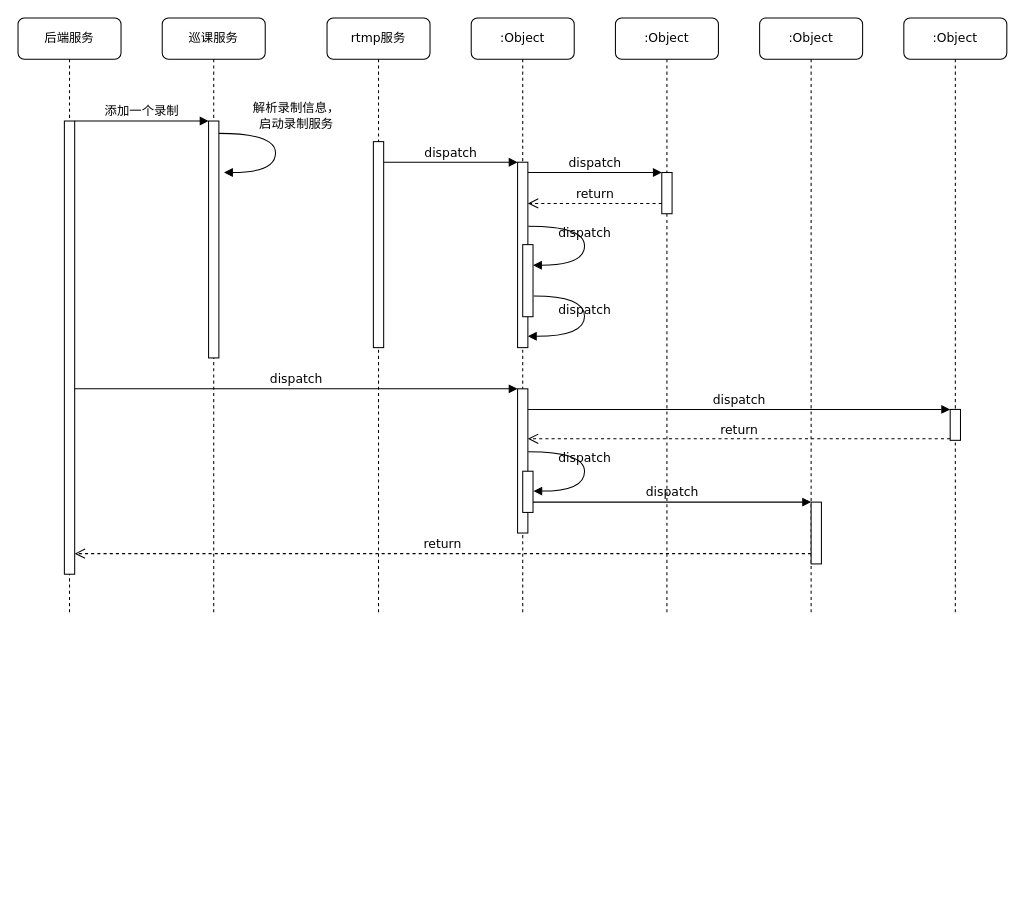
Earlier version of the draw.io diagram 录制信息更新操作.drawio (huangPeiLc/drawio). Source tidied: cells renumbered, new cells numbered last; positions are measured from the earlier drawing's top-left corner, leaving out a move shared by most shapes. Both pictures are drawn from the tidied source at 103%, with x=0, y=0 at pixel (18, 18).
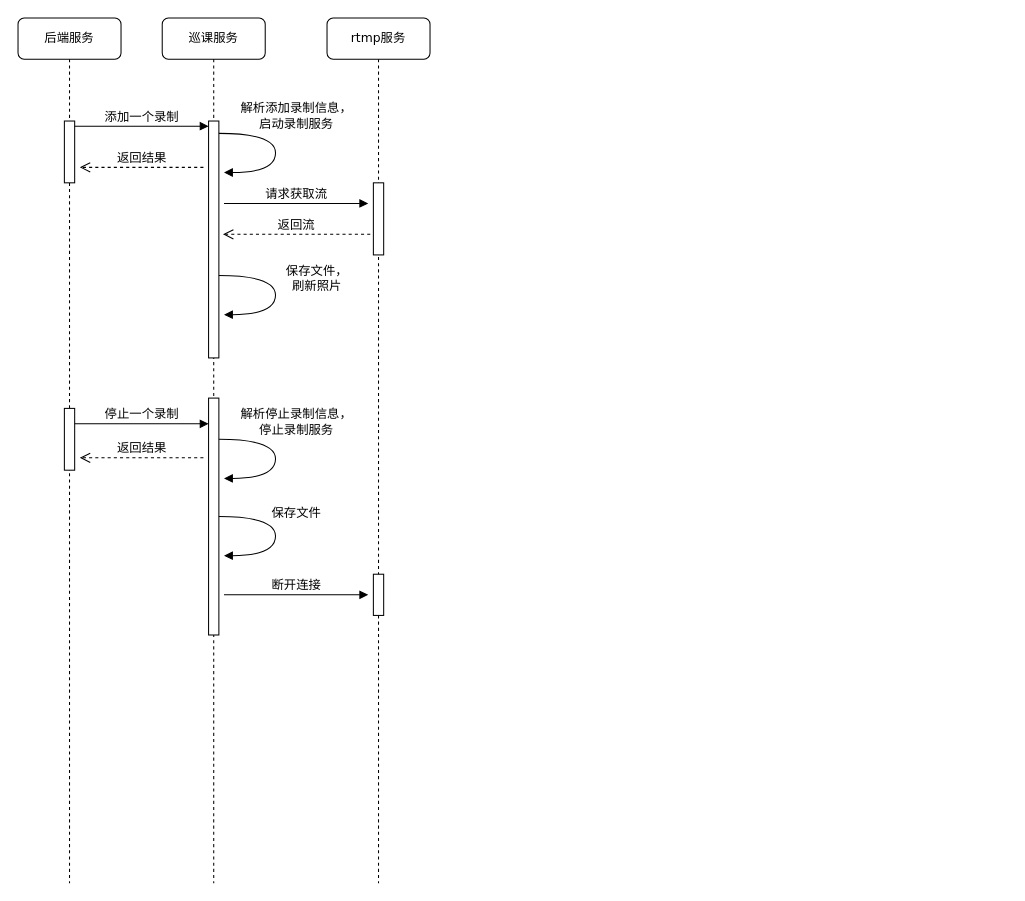
The same diagram, later.

Commit message (it also covers changes not shown here):
Update 录制信息更新操作.drawio

The change refers to these unchanged cells:
```xml
<mxCell id="3" style="html=1;points=[];perimeter=orthogonalPerimeter;rounded=0;shadow=0;comic=0;labelBackgroundColor=none;strokeColor=#000000;strokeWidth=1;fillColor=#FFFFFF;fontFamily=Verdana;fontSize=12;fontColor=#000000;align=center;" parent="2" vertex="1">
  <mxGeometry x="45" y="100" width="10" height="230" as="geometry" />
</mxCell>
```

Diff of the diagram source:
```diff
@@
     <mxCell id="2" value="巡课服务" style="shape=umlLifeline;perimeter=lifelinePerimeter;whiteSpace=wrap;html=1;rounded=1;shadow=0;comic=0;labelBackgroundColor=none;strokeColor=#000000;strokeWidth=1;fillColor=#FFFFFF;fontFamily=Verdana;fontSize=12;fontColor=#000000;align=center;" parent="1" vertex="1">
-      <mxGeometry x="140" width="100" height="580" as="geometry" />
+      <mxGeometry x="140" width="100" height="840" as="geometry" />
     </mxCell>
@@
+    <mxCell id="32" style="html=1;perimeter=orthogonalPerimeter;rounded=0;shadow=0;comic=0;labelBackgroundColor=none;strokeColor=#000000;strokeWidth=1;fillColor=#FFFFFF;fontFamily=Verdana;fontSize=12;fontColor=#000000;align=center;" parent="2" vertex="1">
+      <mxGeometry x="45" y="369" width="10" height="230" as="geometry" />
+    </mxCell>
     <mxCell id="4" value="rtmp服务" style="shape=umlLifeline;perimeter=lifelinePerimeter;whiteSpace=wrap;html=1;rounded=1;shadow=0;comic=0;labelBackgroundColor=none;strokeColor=#000000;strokeWidth=1;fillColor=#FFFFFF;fontFamily=Verdana;fontSize=12;fontColor=#000000;align=center;" parent="1" vertex="1">
-      <mxGeometry x="300" width="100" height="580" as="geometry" />
+      <mxGeometry x="300" width="100" height="840" as="geometry" />
     </mxCell>
     <mxCell id="5" style="html=1;points=[];perimeter=orthogonalPerimeter;rounded=0;shadow=0;comic=0;labelBackgroundColor=none;strokeColor=#000000;strokeWidth=1;fillColor=#FFFFFF;fontFamily=Verdana;fontSize=12;fontColor=#000000;align=center;" parent="4" vertex="1">
-      <mxGeometry x="45" y="120" width="10" height="200" as="geometry" />
+      <mxGeometry x="45" y="160" width="10" height="70" as="geometry" />
     </mxCell>
-    <mxCell id="6" value=":Object" style="shape=umlLifeline;perimeter=lifelinePerimeter;whiteSpace=wrap;html=1;rounded=1;shadow=0;comic=0;labelBackgroundColor=none;strokeColor=#000000;strokeWidth=1;fillColor=#FFFFFF;fontFamily=Verdana;fontSize=12;fontColor=#000000;align=center;" parent="1" vertex="1">
-      <mxGeometry x="440" width="100" height="580" as="geometry" />
-    </mxCell>
-    <mxCell id="7" value=":Object" style="shape=umlLifeline;perimeter=lifelinePerimeter;whiteSpace=wrap;html=1;rounded=1;shadow=0;comic=0;labelBackgroundColor=none;strokeColor=#000000;strokeWidth=1;fillColor=#FFFFFF;fontFamily=Verdana;fontSize=12;fontColor=#000000;align=center;" parent="1" vertex="1">
-      <mxGeometry x="580" width="100" height="580" as="geometry" />
-    </mxCell>
-    <mxCell id="8" value=":Object" style="shape=umlLifeline;perimeter=lifelinePerimeter;whiteSpace=wrap;html=1;rounded=1;shadow=0;comic=0;labelBackgroundColor=none;strokeColor=#000000;strokeWidth=1;fillColor=#FFFFFF;fontFamily=Verdana;fontSize=12;fontColor=#000000;align=center;" parent="1" vertex="1">
-      <mxGeometry x="720" width="100" height="580" as="geometry" />
-    </mxCell>
-    <mxCell id="9" value=":Object" style="shape=umlLifeline;perimeter=lifelinePerimeter;whiteSpace=wrap;html=1;rounded=1;shadow=0;comic=0;labelBackgroundColor=none;strokeColor=#000000;strokeWidth=1;fillColor=#FFFFFF;fontFamily=Verdana;fontSize=12;fontColor=#000000;align=center;" parent="1" vertex="1">
-      <mxGeometry x="860" width="100" height="580" as="geometry" />
-    </mxCell>
+    <mxCell id="33" style="html=1;perimeter=orthogonalPerimeter;rounded=0;shadow=0;comic=0;labelBackgroundColor=none;strokeColor=#000000;strokeWidth=1;fillColor=#FFFFFF;fontFamily=Verdana;fontSize=12;fontColor=#000000;align=center;" parent="4" vertex="1">
+      <mxGeometry x="45" y="540" width="10" height="40" as="geometry" />
+    </mxCell>
     <mxCell id="10" value="后端服务" style="shape=umlLifeline;perimeter=lifelinePerimeter;whiteSpace=wrap;html=1;rounded=1;shadow=0;comic=0;labelBackgroundColor=none;strokeColor=#000000;strokeWidth=1;fillColor=#FFFFFF;fontFamily=Verdana;fontSize=12;fontColor=#000000;align=center;" parent="1" vertex="1">
-      <mxGeometry width="100" height="580" as="geometry" />
+      <mxGeometry width="100" height="840" as="geometry" />
     </mxCell>
     <mxCell id="11" style="html=1;points=[];perimeter=orthogonalPerimeter;rounded=0;shadow=0;comic=0;labelBackgroundColor=none;strokeColor=#000000;strokeWidth=1;fillColor=#FFFFFF;fontFamily=Verdana;fontSize=12;fontColor=#000000;align=center;" parent="10" vertex="1">
-      <mxGeometry x="45" y="100" width="10" height="440" as="geometry" />
+      <mxGeometry x="45" y="100" width="10" height="60" as="geometry" />
     </mxCell>
-    <mxCell id="12" style="html=1;points=[];perimeter=orthogonalPerimeter;rounded=0;shadow=0;comic=0;labelBackgroundColor=none;strokeColor=#000000;strokeWidth=1;fillColor=#FFFFFF;fontFamily=Verdana;fontSize=12;fontColor=#000000;align=center;" parent="1" vertex="1">
-      <mxGeometry x="485" y="140" width="10" height="180" as="geometry" />
-    </mxCell>
-    <mxCell id="13" value="dispatch" style="html=1;verticalAlign=bottom;endArrow=block;labelBackgroundColor=none;fontFamily=Verdana;fontSize=12;edgeStyle=elbowEdgeStyle;elbow=vertical;" parent="1" edge="1" source="5" target="12">
-      <mxGeometry relative="1" as="geometry">
-        <Array as="points">
-          <mxPoint x="360" y="140" />
-        </Array>
-      </mxGeometry>
-    </mxCell>
-    <mxCell id="14" style="html=1;points=[];perimeter=orthogonalPerimeter;rounded=0;shadow=0;comic=0;labelBackgroundColor=none;strokeColor=#000000;strokeWidth=1;fillColor=#FFFFFF;fontFamily=Verdana;fontSize=12;fontColor=#000000;align=center;" parent="1" vertex="1">
-      <mxGeometry x="625" y="150" width="10" height="40" as="geometry" />
-    </mxCell>
-    <mxCell id="15" value="dispatch" style="html=1;verticalAlign=bottom;endArrow=block;entryX=0;entryY=0;labelBackgroundColor=none;fontFamily=Verdana;fontSize=12;edgeStyle=elbowEdgeStyle;elbow=vertical;" parent="1" edge="1" source="12" target="14">
-      <mxGeometry relative="1" as="geometry" />
-    </mxCell>
-    <mxCell id="16" value="return" style="html=1;verticalAlign=bottom;endArrow=open;dashed=1;endSize=8;labelBackgroundColor=none;fontFamily=Verdana;fontSize=12;edgeStyle=elbowEdgeStyle;elbow=vertical;" parent="1" edge="1" source="14" target="12">
-      <mxGeometry relative="1" as="geometry">
-        <Array as="points">
-          <mxPoint x="570" y="180" />
-          <mxPoint x="600" y="180" />
-        </Array>
-      </mxGeometry>
-    </mxCell>
-    <mxCell id="17" style="html=1;points=[];perimeter=orthogonalPerimeter;rounded=0;shadow=0;comic=0;labelBackgroundColor=none;strokeColor=#000000;strokeWidth=1;fillColor=#FFFFFF;fontFamily=Verdana;fontSize=12;fontColor=#000000;align=center;" parent="1" vertex="1">
-      <mxGeometry x="485" y="360" width="10" height="140" as="geometry" />
-    </mxCell>
-    <mxCell id="18" value="dispatch" style="html=1;verticalAlign=bottom;endArrow=block;entryX=0;entryY=0;labelBackgroundColor=none;fontFamily=Verdana;fontSize=12;" parent="1" edge="1" source="11" target="17">
-      <mxGeometry relative="1" as="geometry" />
-    </mxCell>
-    <mxCell id="19" style="html=1;points=[];perimeter=orthogonalPerimeter;rounded=0;shadow=0;comic=0;labelBackgroundColor=none;strokeColor=#000000;strokeWidth=1;fillColor=#FFFFFF;fontFamily=Verdana;fontSize=12;fontColor=#000000;align=center;" parent="1" vertex="1">
-      <mxGeometry x="905" y="380" width="10" height="30" as="geometry" />
-    </mxCell>
-    <mxCell id="20" value="dispatch" style="html=1;verticalAlign=bottom;endArrow=block;entryX=0;entryY=0;labelBackgroundColor=none;fontFamily=Verdana;fontSize=12;" parent="1" edge="1" source="17" target="19">
-      <mxGeometry relative="1" as="geometry" />
-    </mxCell>
-    <mxCell id="21" value="return" style="html=1;verticalAlign=bottom;endArrow=open;dashed=1;endSize=8;exitX=0;exitY=0.95;labelBackgroundColor=none;fontFamily=Verdana;fontSize=12;" parent="1" edge="1" source="19" target="17">
-      <mxGeometry relative="1" as="geometry" />
-    </mxCell>
-    <mxCell id="22" style="html=1;points=[];perimeter=orthogonalPerimeter;rounded=0;shadow=0;comic=0;labelBackgroundColor=none;strokeColor=#000000;strokeWidth=1;fillColor=#FFFFFF;fontFamily=Verdana;fontSize=12;fontColor=#000000;align=center;" parent="1" vertex="1">
-      <mxGeometry x="770" y="470" width="10" height="60" as="geometry" />
-    </mxCell>
-    <mxCell id="23" value="dispatch" style="html=1;verticalAlign=bottom;endArrow=block;entryX=0;entryY=0;labelBackgroundColor=none;fontFamily=Verdana;fontSize=12;edgeStyle=elbowEdgeStyle;elbow=vertical;" parent="1" edge="1" source="29" target="22">
-      <mxGeometry relative="1" as="geometry" />
-    </mxCell>
-    <mxCell id="24" value="return" style="html=1;verticalAlign=bottom;endArrow=open;dashed=1;endSize=8;labelBackgroundColor=none;fontFamily=Verdana;fontSize=12;edgeStyle=elbowEdgeStyle;elbow=vertical;" parent="1" edge="1" source="22" target="11">
-      <mxGeometry relative="1" as="geometry">
-        <Array as="points">
-          <mxPoint x="470" y="520" />
-        </Array>
-      </mxGeometry>
-    </mxCell>
+    <mxCell id="34" style="html=1;perimeter=orthogonalPerimeter;rounded=0;shadow=0;comic=0;labelBackgroundColor=none;strokeColor=#000000;strokeWidth=1;fillColor=#FFFFFF;fontFamily=Verdana;fontSize=12;fontColor=#000000;align=center;" parent="10" vertex="1">
+      <mxGeometry x="45" y="379" width="10" height="60" as="geometry" />
+    </mxCell>
-    <mxCell id="25" value="添加一个录制" style="html=1;verticalAlign=bottom;endArrow=block;entryX=0;entryY=0;labelBackgroundColor=none;fontFamily=Verdana;fontSize=12;edgeStyle=elbowEdgeStyle;elbow=vertical;" parent="1" edge="1" source="11" target="3">
-      <mxGeometry relative="1" as="geometry" />
+    <mxCell id="25" value="添加一个录制" style="html=1;verticalAlign=bottom;endArrow=block;entryX=0;entryY=0;labelBackgroundColor=none;fontFamily=Verdana;fontSize=12;edgeStyle=elbowEdgeStyle;elbow=vertical;" parent="1" edge="1">
+      <mxGeometry relative="1" as="geometry">
+        <mxPoint x="55" y="105" as="sourcePoint" />
+        <mxPoint x="185" y="105" as="targetPoint" />
+      </mxGeometry>
     </mxCell>
-    <mxCell id="26" style="html=1;points=[];perimeter=orthogonalPerimeter;rounded=0;shadow=0;comic=0;labelBackgroundColor=none;strokeColor=#000000;strokeWidth=1;fillColor=#FFFFFF;fontFamily=Verdana;fontSize=12;fontColor=#000000;align=center;" parent="1" vertex="1">
-      <mxGeometry x="490" y="220" width="10" height="70" as="geometry" />
-    </mxCell>
-    <mxCell id="27" value="dispatch" style="html=1;verticalAlign=bottom;endArrow=block;labelBackgroundColor=none;fontFamily=Verdana;fontSize=12;elbow=vertical;edgeStyle=orthogonalEdgeStyle;curved=1;entryX=1;entryY=0.286;entryPerimeter=0;exitX=1.038;exitY=0.345;exitPerimeter=0;" parent="1" edge="1" source="12" target="26">
-      <mxGeometry relative="1" as="geometry">
-        <Array as="points">
-          <mxPoint x="550" y="202" />
-          <mxPoint x="550" y="240" />
-        </Array>
-      </mxGeometry>
-    </mxCell>
-    <mxCell id="28" value="dispatch" style="html=1;verticalAlign=bottom;endArrow=block;labelBackgroundColor=none;fontFamily=Verdana;fontSize=12;elbow=vertical;edgeStyle=orthogonalEdgeStyle;curved=1;exitX=1.066;exitY=0.713;exitPerimeter=0;" parent="1" edge="1" source="26">
-      <mxGeometry relative="1" as="geometry">
-        <mxPoint x="495" y="309" as="targetPoint" />
-        <Array as="points">
-          <mxPoint x="550" y="270" />
-          <mxPoint x="550" y="309" />
-        </Array>
-      </mxGeometry>
-    </mxCell>
-    <mxCell id="29" style="html=1;points=[];perimeter=orthogonalPerimeter;rounded=0;shadow=0;comic=0;labelBackgroundColor=none;strokeColor=#000000;strokeWidth=1;fillColor=#FFFFFF;fontFamily=Verdana;fontSize=12;fontColor=#000000;align=center;" parent="1" vertex="1">
-      <mxGeometry x="490" y="440" width="10" height="40" as="geometry" />
-    </mxCell>
-    <mxCell id="30" value="dispatch" style="html=1;verticalAlign=bottom;endArrow=block;labelBackgroundColor=none;fontFamily=Verdana;fontSize=12;elbow=vertical;edgeStyle=orthogonalEdgeStyle;curved=1;entryX=1;entryY=0.286;entryPerimeter=0;exitX=1.038;exitY=0.345;exitPerimeter=0;" parent="1" edge="1">
-      <mxGeometry relative="1" as="geometry">
-        <mxPoint x="495.3" y="421" as="sourcePoint" />
-        <mxPoint x="500.3" y="459.3" as="targetPoint" />
-        <Array as="points">
-          <mxPoint x="550" y="421" />
-          <mxPoint x="550" y="459" />
-        </Array>
-      </mxGeometry>
-    </mxCell>
-    <mxCell id="31" value="&lt;div&gt;解析录制信息，&lt;/div&gt;&lt;div&gt;启动录制服务&lt;br&gt;&lt;/div&gt;" style="html=1;verticalAlign=bottom;endArrow=block;labelBackgroundColor=none;fontFamily=Verdana;fontSize=12;elbow=vertical;edgeStyle=orthogonalEdgeStyle;curved=1;entryX=1;entryY=0.286;entryPerimeter=0;exitX=1.038;exitY=0.345;exitPerimeter=0;" parent="1" edge="1">
+    <mxCell id="31" value="&lt;div&gt;解析添加录制信息，&lt;/div&gt;&lt;div&gt;启动录制服务&lt;br&gt;&lt;/div&gt;" style="html=1;verticalAlign=bottom;endArrow=block;labelBackgroundColor=none;fontFamily=Verdana;fontSize=12;elbow=vertical;edgeStyle=orthogonalEdgeStyle;curved=1;entryX=1;entryY=0.286;entryPerimeter=0;exitX=1.038;exitY=0.345;exitPerimeter=0;" parent="1" edge="1">
       <mxGeometry x="-0.23" y="20" relative="1" as="geometry">
         <mxPoint x="195" y="112" as="sourcePoint" />
         <mxPoint x="200" y="150" as="targetPoint" />
         <Array as="points">
           <mxPoint x="250" y="112" />
           <mxPoint x="250" y="150" />
         </Array>
       </mxGeometry>
     </mxCell>
+    <mxCell id="35" value="请求获取流" style="html=1;verticalAlign=bottom;endArrow=block;labelBackgroundColor=none;fontFamily=Verdana;fontSize=12;" parent="1" edge="1">
+      <mxGeometry relative="1" as="geometry">
+        <mxPoint x="200" y="180" as="sourcePoint" />
+        <mxPoint x="340" y="180" as="targetPoint" />
+      </mxGeometry>
+    </mxCell>
+    <mxCell id="36" value="返回流" style="html=1;verticalAlign=bottom;endArrow=open;dashed=1;endSize=8;labelBackgroundColor=none;fontFamily=Verdana;fontSize=12;" parent="1" edge="1">
+      <mxGeometry relative="1" as="geometry">
+        <mxPoint x="342" y="210" as="sourcePoint" />
+        <mxPoint x="199" y="210" as="targetPoint" />
+      </mxGeometry>
+    </mxCell>
+    <mxCell id="37" value="&lt;div&gt;保存文件，&lt;/div&gt;&lt;div&gt;刷新照片&lt;/div&gt;" style="html=1;verticalAlign=bottom;endArrow=block;labelBackgroundColor=none;fontFamily=Verdana;fontSize=12;elbow=vertical;edgeStyle=orthogonalEdgeStyle;curved=1;entryX=1;entryY=0.286;entryPerimeter=0;exitX=1.038;exitY=0.345;exitPerimeter=0;" parent="1" edge="1">
+      <mxGeometry x="0.3" y="-44" relative="1" as="geometry">
+        <mxPoint x="195" y="250" as="sourcePoint" />
+        <mxPoint x="200" y="288" as="targetPoint" />
+        <Array as="points">
+          <mxPoint x="250" y="250" />
+          <mxPoint x="250" y="288" />
+        </Array>
+        <mxPoint x="40" y="26" as="offset" />
+      </mxGeometry>
+    </mxCell>
+    <mxCell id="38" value="返回结果" style="html=1;verticalAlign=bottom;endArrow=open;dashed=1;endSize=8;labelBackgroundColor=none;fontFamily=Verdana;fontSize=12;" parent="1" edge="1">
+      <mxGeometry relative="1" as="geometry">
+        <mxPoint x="180" y="145" as="sourcePoint" />
+        <mxPoint x="60" y="145" as="targetPoint" />
+      </mxGeometry>
+    </mxCell>
+    <mxCell id="39" value="停止一个录制" style="html=1;verticalAlign=bottom;endArrow=block;entryX=0;entryY=0;labelBackgroundColor=none;fontFamily=Verdana;fontSize=12;edgeStyle=elbowEdgeStyle;elbow=vertical;" parent="1" edge="1">
+      <mxGeometry relative="1" as="geometry">
+        <mxPoint x="55" y="394" as="sourcePoint" />
+        <mxPoint x="185" y="394" as="targetPoint" />
+      </mxGeometry>
+    </mxCell>
+    <mxCell id="40" value="返回结果" style="html=1;verticalAlign=bottom;endArrow=open;dashed=1;endSize=8;labelBackgroundColor=none;fontFamily=Verdana;fontSize=12;" parent="1" edge="1">
+      <mxGeometry relative="1" as="geometry">
+        <mxPoint x="180" y="427" as="sourcePoint" />
+        <mxPoint x="60" y="427" as="targetPoint" />
+      </mxGeometry>
+    </mxCell>
+    <mxCell id="41" value="&lt;div&gt;解析停止录制信息，&lt;/div&gt;&lt;div&gt;停止录制服务&lt;br&gt;&lt;/div&gt;" style="html=1;verticalAlign=bottom;endArrow=block;labelBackgroundColor=none;fontFamily=Verdana;fontSize=12;elbow=vertical;edgeStyle=orthogonalEdgeStyle;curved=1;entryX=1;entryY=0.286;entryPerimeter=0;exitX=1.038;exitY=0.345;exitPerimeter=0;" parent="1" edge="1">
+      <mxGeometry x="-0.23" y="20" relative="1" as="geometry">
+        <mxPoint x="195" y="409" as="sourcePoint" />
+        <mxPoint x="200" y="447" as="targetPoint" />
+        <Array as="points">
+          <mxPoint x="250" y="409" />
+          <mxPoint x="250" y="447" />
+        </Array>
+      </mxGeometry>
+    </mxCell>
+    <mxCell id="42" value="&lt;div&gt;保存文件&lt;/div&gt;" style="html=1;verticalAlign=bottom;endArrow=block;labelBackgroundColor=none;fontFamily=Verdana;fontSize=12;elbow=vertical;edgeStyle=orthogonalEdgeStyle;curved=1;entryX=1;entryY=0.286;entryPerimeter=0;exitX=1.038;exitY=0.345;exitPerimeter=0;" parent="1" edge="1">
+      <mxGeometry x="-0.23" y="-21" relative="1" as="geometry">
+        <mxPoint x="195" y="484" as="sourcePoint" />
+        <mxPoint x="200" y="522" as="targetPoint" />
+        <Array as="points">
+          <mxPoint x="250" y="484" />
+          <mxPoint x="250" y="522" />
+        </Array>
+        <mxPoint x="41" y="6" as="offset" />
+      </mxGeometry>
+    </mxCell>
+    <mxCell id="43" value="断开连接" style="html=1;verticalAlign=bottom;endArrow=block;labelBackgroundColor=none;fontFamily=Verdana;fontSize=12;" parent="1" edge="1">
+      <mxGeometry relative="1" as="geometry">
+        <mxPoint x="200" y="560" as="sourcePoint" />
+        <mxPoint x="340" y="560" as="targetPoint" />
+      </mxGeometry>
+    </mxCell>
```
